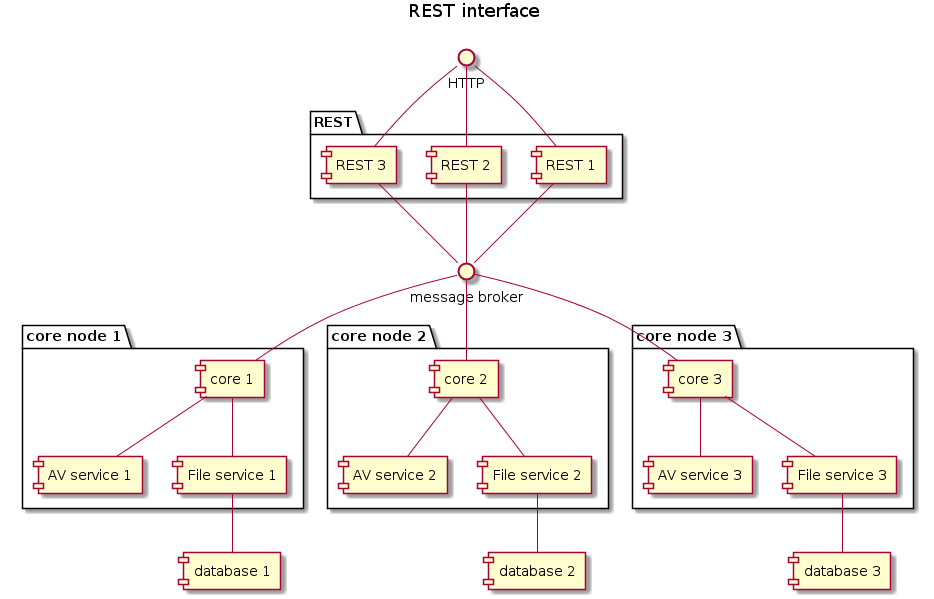
Above: docs/restcomponent.png in dvoraka/av-service (PlantUML), before the change.
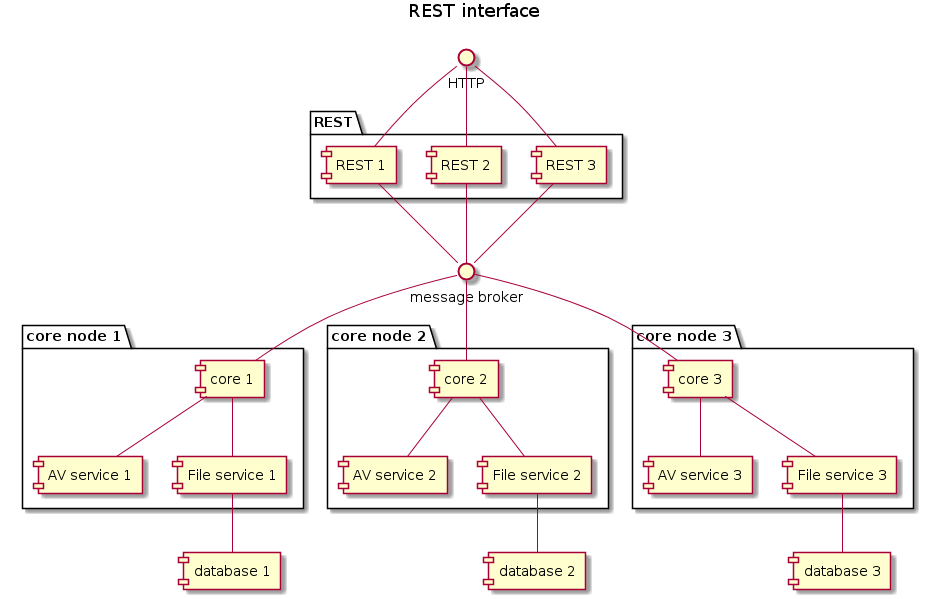
After the commit.

What changed in the source:
```diff
@@ -7,9 +7,9 @@
 
 
 package "REST" {
+    [REST 3]
+    [REST 2]
     [REST 1]
-    [REST 2]
-    [REST 3]
 }
 
 package "core node 1" {
```
